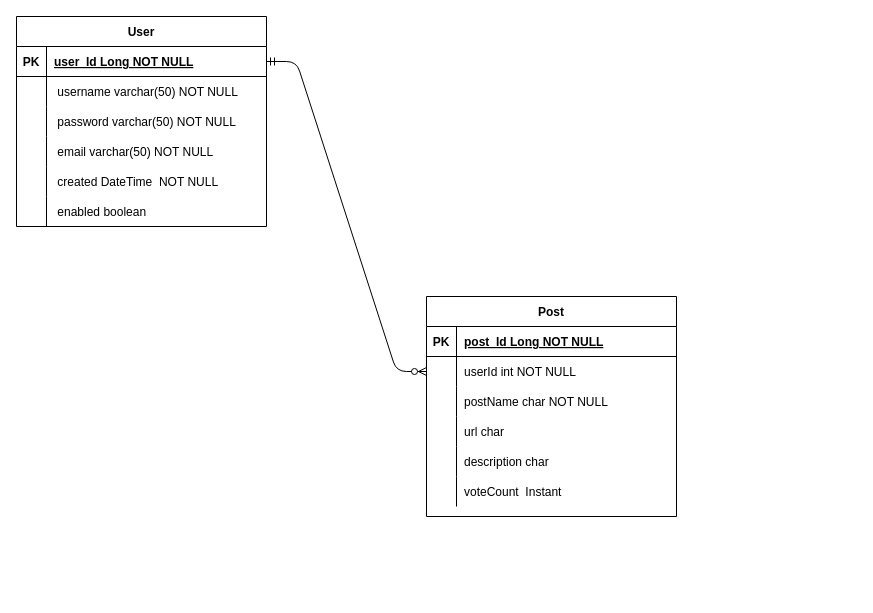
Above: Database Design.drawio in sasikumar6795/RedditClone (draw.io), before the change. Source tidied: cells renumbered, new cells numbered last; positions are measured from the earlier drawing's top-left corner, leaving out a move shared by most shapes. Both pictures are drawn from the tidied source at 100%, with x=0, y=0 at pixel (16, 16).
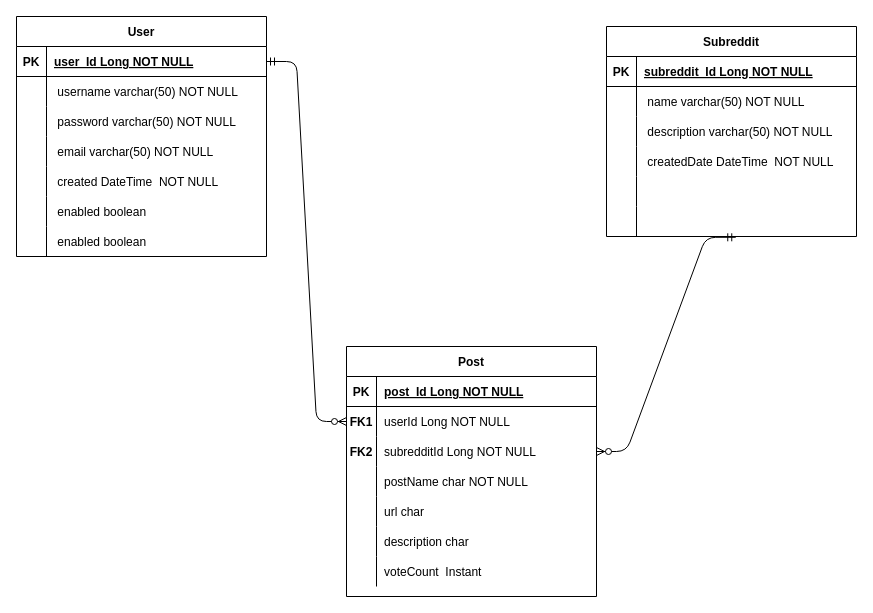
Above is the later version.

Commit message (it also covers changes not shown here):
Model- Post, User, SubReddit updated with correct naming convention

The change refers to these unchanged cells:
```xml
<mxCell id="7" style="shape=partialRectangle;fillColor=none;points=[[0,0.5],[1,0.5]];portConstraint=eastwest;top=0;left=0;right=0;bottom=0;" parent="3" vertex="1">
  <mxGeometry y="60" width="250" height="30" as="geometry" />
</mxCell>
```

The edit, as a diff of the source:
```diff
@@
     <mxCell id="3" value="Post" style="shape=table;startSize=30;childLayout=tableLayout;rowLines=0;fontStyle=1;align=center;" parent="1" vertex="1">
-      <mxGeometry x="410" y="280" width="250" height="220" as="geometry" />
+      <mxGeometry x="330" y="330" width="250" height="250" as="geometry" />
     </mxCell>
@@
-    <mxCell id="8" style="shape=partialRectangle;overflow=hidden;fillColor=none;top=0;left=0;bottom=0;right=0;" parent="7" vertex="1">
+    <mxCell id="8" value="FK1" style="shape=partialRectangle;overflow=hidden;fillColor=none;top=0;left=0;bottom=0;right=0;fontStyle=1;" parent="7" vertex="1">
       <mxGeometry width="30" height="30" as="geometry" />
     </mxCell>
-    <mxCell id="9" value="userId int NOT NULL" style="shape=partialRectangle;overflow=hidden;fillColor=none;top=0;left=0;bottom=0;right=0;align=left;spacingLeft=6;" parent="7" vertex="1">
+    <mxCell id="9" value="userId Long NOT NULL" style="shape=partialRectangle;overflow=hidden;fillColor=none;top=0;left=0;bottom=0;right=0;align=left;spacingLeft=6;" parent="7" vertex="1">
       <mxGeometry x="30" width="220" height="30" as="geometry" />
     </mxCell>
+    <mxCell id="41" style="shape=partialRectangle;fillColor=none;points=[[0,0.5],[1,0.5]];portConstraint=eastwest;top=0;left=0;right=0;bottom=0;" parent="3" vertex="1">
+      <mxGeometry y="90" width="250" height="30" as="geometry" />
+    </mxCell>
+    <mxCell id="42" value="FK2" style="shape=partialRectangle;overflow=hidden;fillColor=none;top=0;left=0;bottom=0;right=0;fontStyle=1;" parent="41" vertex="1">
+      <mxGeometry width="30" height="30" as="geometry" />
+    </mxCell>
+    <mxCell id="43" value="subredditId Long NOT NULL" style="shape=partialRectangle;overflow=hidden;fillColor=none;top=0;left=0;bottom=0;right=0;align=left;spacingLeft=6;" parent="41" vertex="1">
+      <mxGeometry x="30" width="220" height="30" as="geometry" />
+    </mxCell>
     <mxCell id="10" style="shape=partialRectangle;fillColor=none;top=0;left=0;right=0;bottom=0;" parent="3" vertex="1">
-      <mxGeometry y="90" width="250" height="30" as="geometry" />
+      <mxGeometry y="120" width="250" height="30" as="geometry" />
     </mxCell>
@@
     <mxCell id="13" style="shape=partialRectangle;fillColor=none;top=0;left=0;right=0;bottom=0;" parent="3" vertex="1">
-      <mxGeometry y="120" width="250" height="30" as="geometry" />
+      <mxGeometry y="150" width="250" height="30" as="geometry" />
     </mxCell>
@@
     <mxCell id="16" style="shape=partialRectangle;fillColor=none;top=0;left=0;right=0;bottom=0;" parent="3" vertex="1">
-      <mxGeometry y="150" width="250" height="30" as="geometry" />
+      <mxGeometry y="180" width="250" height="30" as="geometry" />
     </mxCell>
@@
     <mxCell id="19" style="shape=partialRectangle;fillColor=none;top=0;left=0;right=0;bottom=0;" parent="3" vertex="1">
-      <mxGeometry y="180" width="250" height="30" as="geometry" />
+      <mxGeometry y="210" width="250" height="30" as="geometry" />
     </mxCell>
@@
     <mxCell id="22" value="User" style="shape=table;startSize=30;childLayout=tableLayout;rowLines=0;fontStyle=1;align=center;" parent="1" vertex="1">
-      <mxGeometry width="250" height="210" as="geometry" />
+      <mxGeometry width="250" height="240" as="geometry" />
     </mxCell>
@@
+    <mxCell id="44" style="shape=partialRectangle;fillColor=none;top=0;left=0;right=0;bottom=0;" parent="22" vertex="1">
+      <mxGeometry y="210" width="250" height="30" as="geometry" />
+    </mxCell>
+    <mxCell id="45" style="shape=partialRectangle;overflow=hidden;fillColor=none;top=0;left=0;bottom=0;right=0;" parent="44" vertex="1">
+      <mxGeometry width="30" height="30" as="geometry" />
+    </mxCell>
+    <mxCell id="46" value=" enabled boolean  " style="shape=partialRectangle;overflow=hidden;fillColor=none;top=0;left=0;bottom=0;right=0;align=left;spacingLeft=6;" parent="44" vertex="1">
+      <mxGeometry x="30" width="220" height="30" as="geometry" />
+    </mxCell>
+    <mxCell id="47" value="Subreddit" style="shape=table;startSize=30;childLayout=tableLayout;rowLines=0;fontStyle=1;align=center;" parent="1" vertex="1">
+      <mxGeometry x="590" y="10" width="250" height="210" as="geometry" />
+    </mxCell>
+    <mxCell id="48" style="shape=partialRectangle;fillColor=none;top=0;left=0;right=0;bottom=1;" parent="47" vertex="1">
+      <mxGeometry y="30" width="250" height="30" as="geometry" />
+    </mxCell>
+    <mxCell id="49" value="PK" style="shape=partialRectangle;overflow=hidden;fillColor=none;top=0;left=0;bottom=0;right=0;fontStyle=1;" parent="48" vertex="1">
+      <mxGeometry width="30" height="30" as="geometry" />
+    </mxCell>
+    <mxCell id="50" value="subreddit_Id Long NOT NULL " style="shape=partialRectangle;overflow=hidden;fillColor=none;top=0;left=0;bottom=0;right=0;align=left;spacingLeft=6;fontStyle=5;" parent="48" vertex="1">
+      <mxGeometry x="30" width="220" height="30" as="geometry" />
+    </mxCell>
+    <mxCell id="51" style="shape=partialRectangle;fillColor=none;top=0;left=0;right=0;bottom=0;" parent="47" vertex="1">
+      <mxGeometry y="60" width="250" height="30" as="geometry" />
+    </mxCell>
+    <mxCell id="52" style="shape=partialRectangle;overflow=hidden;fillColor=none;top=0;left=0;bottom=0;right=0;" parent="51" vertex="1">
+      <mxGeometry width="30" height="30" as="geometry" />
+    </mxCell>
+    <mxCell id="53" value=" name varchar(50) NOT NULL" style="shape=partialRectangle;overflow=hidden;fillColor=none;top=0;left=0;bottom=0;right=0;align=left;spacingLeft=6;" parent="51" vertex="1">
+      <mxGeometry x="30" width="220" height="30" as="geometry" />
+    </mxCell>
+    <mxCell id="54" style="shape=partialRectangle;fillColor=none;top=0;left=0;right=0;bottom=0;" parent="47" vertex="1">
+      <mxGeometry y="90" width="250" height="30" as="geometry" />
+    </mxCell>
+    <mxCell id="55" style="shape=partialRectangle;overflow=hidden;fillColor=none;top=0;left=0;bottom=0;right=0;" parent="54" vertex="1">
+      <mxGeometry width="30" height="30" as="geometry" />
+    </mxCell>
+    <mxCell id="56" value=" description varchar(50) NOT NULL" style="shape=partialRectangle;overflow=hidden;fillColor=none;top=0;left=0;bottom=0;right=0;align=left;spacingLeft=6;" parent="54" vertex="1">
+      <mxGeometry x="30" width="220" height="30" as="geometry" />
+    </mxCell>
+    <mxCell id="57" style="shape=partialRectangle;fillColor=none;top=0;left=0;right=0;bottom=0;" parent="47" vertex="1">
+      <mxGeometry y="120" width="250" height="30" as="geometry" />
+    </mxCell>
+    <mxCell id="58" style="shape=partialRectangle;overflow=hidden;fillColor=none;top=0;left=0;bottom=0;right=0;" parent="57" vertex="1">
+      <mxGeometry width="30" height="30" as="geometry" />
+    </mxCell>
+    <mxCell id="59" value=" createdDate DateTime  NOT NULL" style="shape=partialRectangle;overflow=hidden;fillColor=none;top=0;left=0;bottom=0;right=0;align=left;spacingLeft=6;" parent="57" vertex="1">
+      <mxGeometry x="30" width="220" height="30" as="geometry" />
+    </mxCell>
+    <mxCell id="60" style="shape=partialRectangle;fillColor=none;top=0;left=0;right=0;bottom=0;" parent="47" vertex="1">
+      <mxGeometry y="150" width="250" height="30" as="geometry" />
+    </mxCell>
+    <mxCell id="61" style="shape=partialRectangle;overflow=hidden;fillColor=none;top=0;left=0;bottom=0;right=0;" parent="60" vertex="1">
+      <mxGeometry width="30" height="30" as="geometry" />
+    </mxCell>
+    <mxCell id="62" style="shape=partialRectangle;overflow=hidden;fillColor=none;top=0;left=0;bottom=0;right=0;align=left;spacingLeft=6;" parent="60" vertex="1">
+      <mxGeometry x="30" width="220" height="30" as="geometry" />
+    </mxCell>
+    <mxCell id="63" style="shape=partialRectangle;fillColor=none;points=[[0,0.5],[1,0.5]];portConstraint=eastwest;top=0;left=0;right=0;bottom=0;" parent="47" vertex="1">
+      <mxGeometry y="180" width="250" height="30" as="geometry" />
+    </mxCell>
+    <mxCell id="64" style="shape=partialRectangle;overflow=hidden;fillColor=none;top=0;left=0;bottom=0;right=0;" parent="63" vertex="1">
+      <mxGeometry width="30" height="30" as="geometry" />
+    </mxCell>
+    <mxCell id="65" style="shape=partialRectangle;overflow=hidden;fillColor=none;top=0;left=0;bottom=0;right=0;align=left;spacingLeft=6;" parent="63" vertex="1">
+      <mxGeometry x="30" width="220" height="30" as="geometry" />
+    </mxCell>
+    <mxCell id="66" style="edgeStyle=entityRelationEdgeStyle;endArrow=ERzeroToMany;startArrow=ERmandOne;endFill=1;startFill=0;entryX=1;entryY=0.5;entryDx=0;entryDy=0;exitX=0.517;exitY=1.027;exitDx=0;exitDy=0;exitPerimeter=0;" parent="1" edge="1" source="63" target="41">
+      <mxGeometry relative="1" as="geometry" />
+    </mxCell>
```
